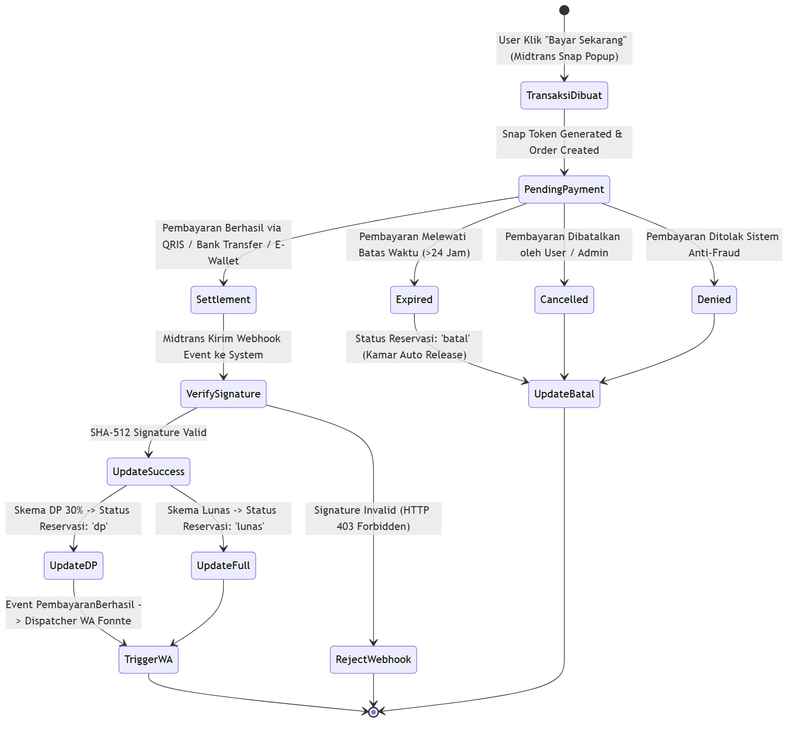
Before: Blueprint/prd/prd_diagram_4_midtrans.png, a diagram exported from Mermaid (rafifarsyapradiva/asri-boarding-house). Its source is kept beside it as Blueprint/prd/prd_diagram_4_midtrans.mmd.
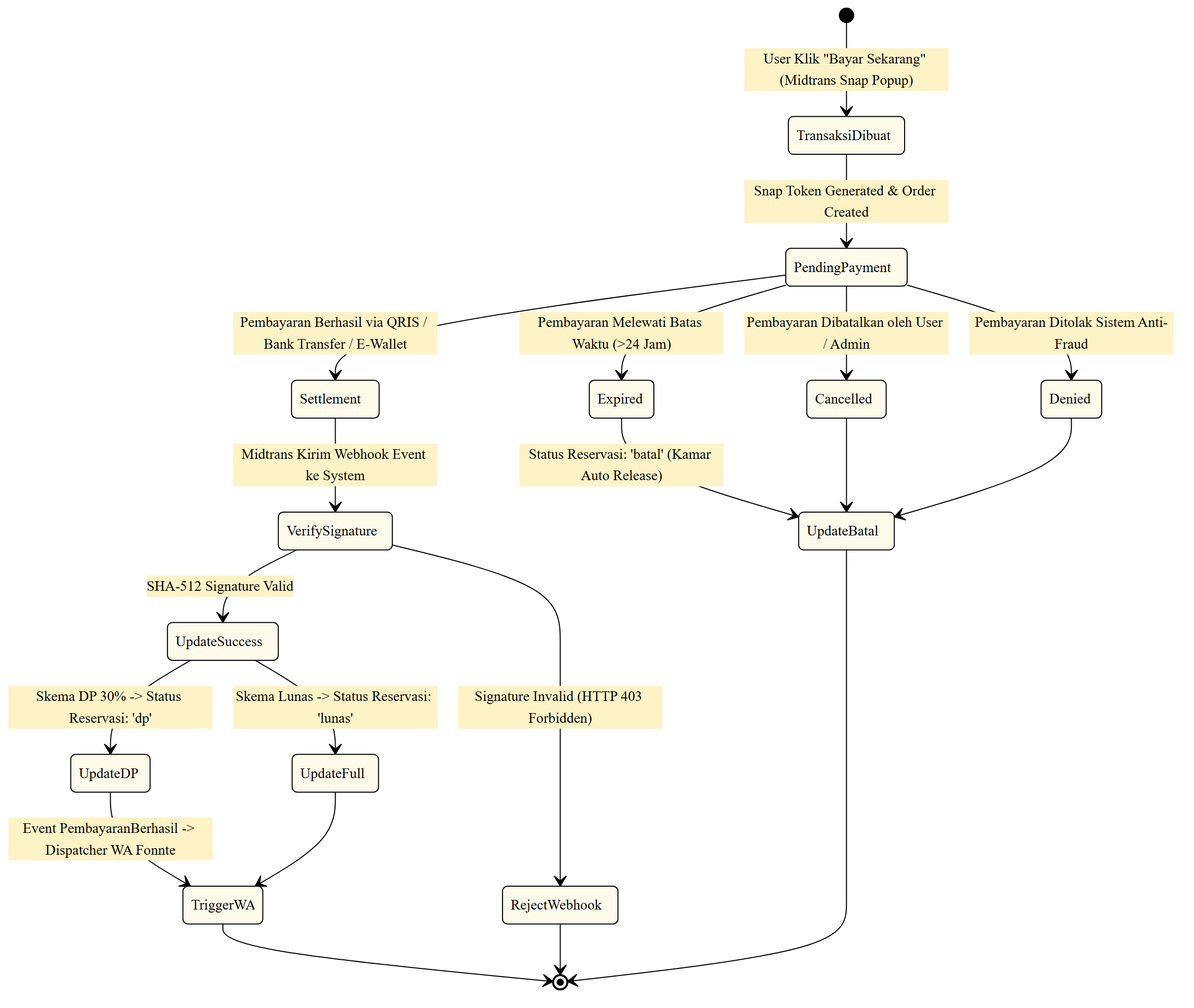
The same diagram one commit later.

Diff of the diagram source:
```diff
@@ -1,3 +1,16 @@
+%%{init: {
+  'theme': 'base',
+  'themeVariables': {
+    'primaryColor': '#FFFBEB',
+    'primaryTextColor': '#000000',
+    'primaryBorderColor': '#000000',
+    'lineColor': '#000000',
+    'secondaryColor': '#FEF3C7',
+    'tertiaryColor': '#FFFFFF',
+    'fontSize': '14px',
+    'fontFamily': 'Inter, system-ui, sans-serif'
+  }
+}}%%
 stateDiagram-v2
     [*] --> TransaksiDibuat: User Klik "Bayar Sekarang" (Midtrans Snap Popup)
     TransaksiDibuat --> PendingPayment: Snap Token Generated & Order Created
```
